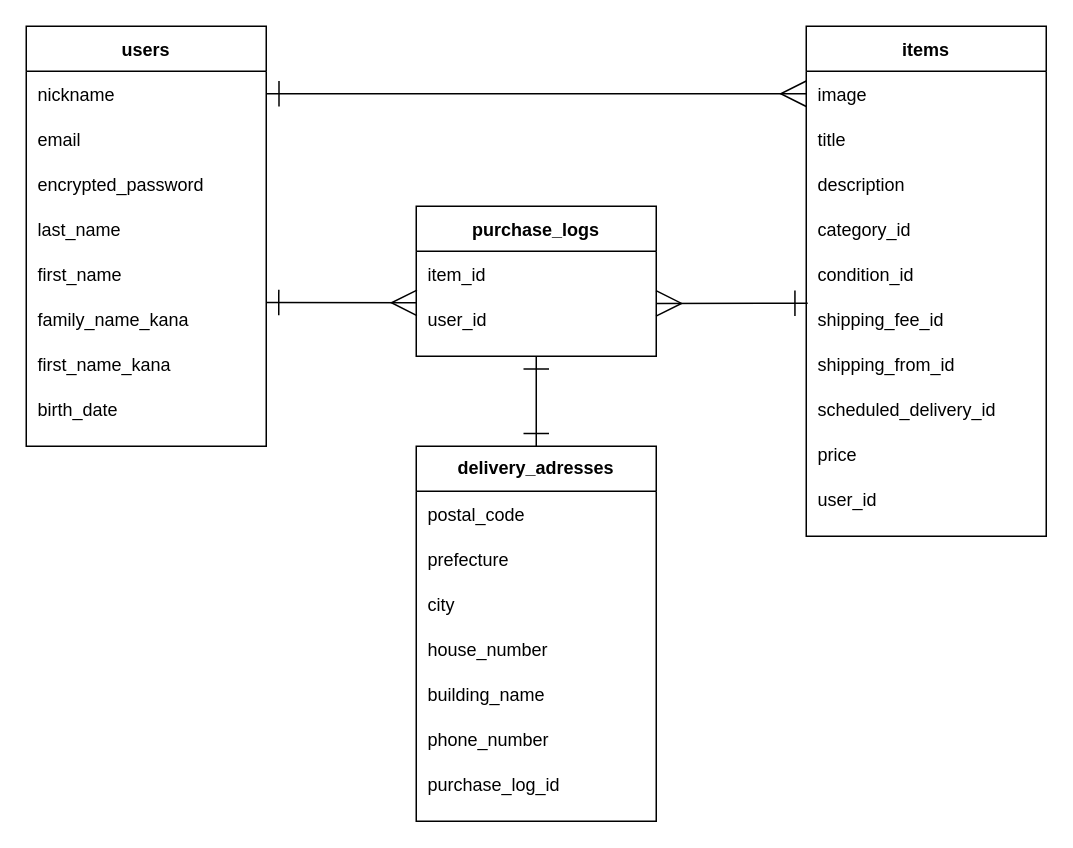
Before: er.dio in Maikowazowski/furima-35921, a draw.io diagram. Source tidied: cells renumbered, new cells numbered last; positions are measured from the earlier drawing's top-left corner, leaving out a move shared by most shapes. Both pictures are drawn from the tidied source at 150%, with x=0, y=0 at pixel (26, 26).
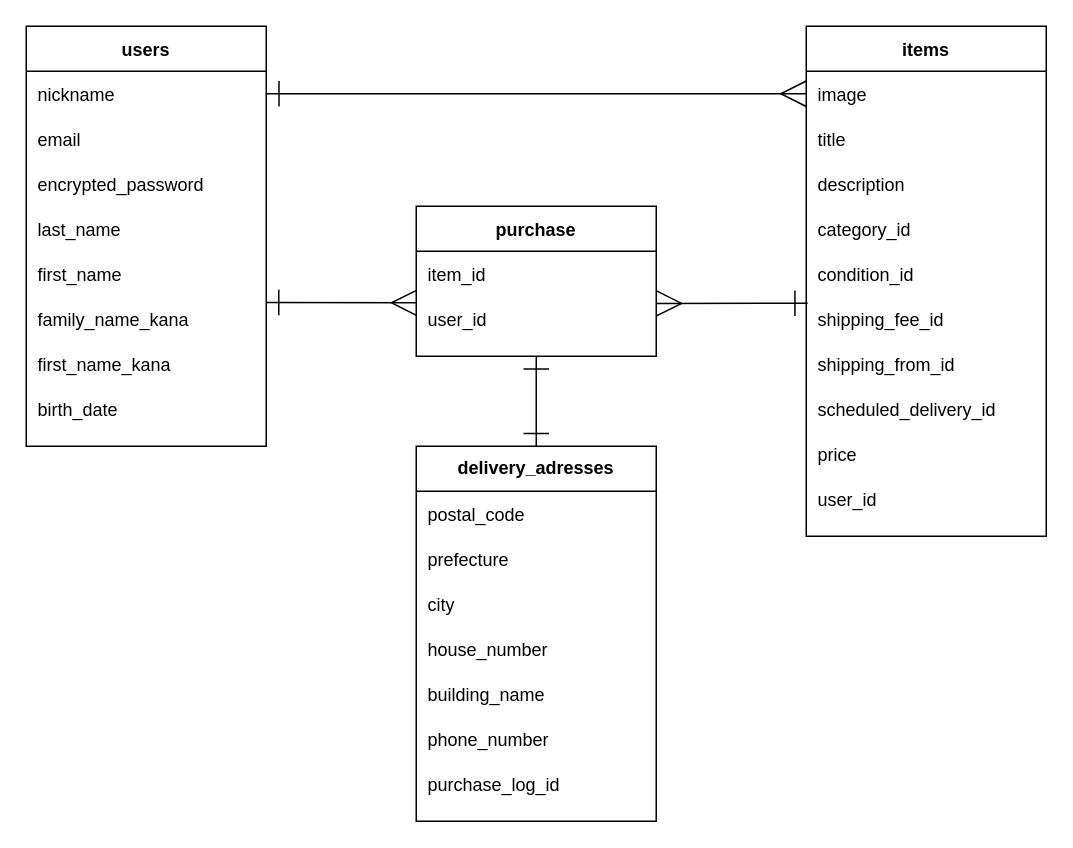
The same diagram, later.

Commit message (it also covers changes not shown here):
テーブル名の変更

What changed in the source:
```diff
@@
-    <mxCell id="57" value="purchase_logs" style="shape=table;startSize=30;childLayout=tableLayout;rowLines=0;fontStyle=1;align=center;" parent="1" vertex="1">
+    <mxCell id="57" value="purchase" style="shape=table;startSize=30;childLayout=tableLayout;rowLines=0;fontStyle=1;align=center;" parent="1" vertex="1">
       <mxGeometry x="260" y="120" width="160" height="100" as="geometry" />
     </mxCell>
```
